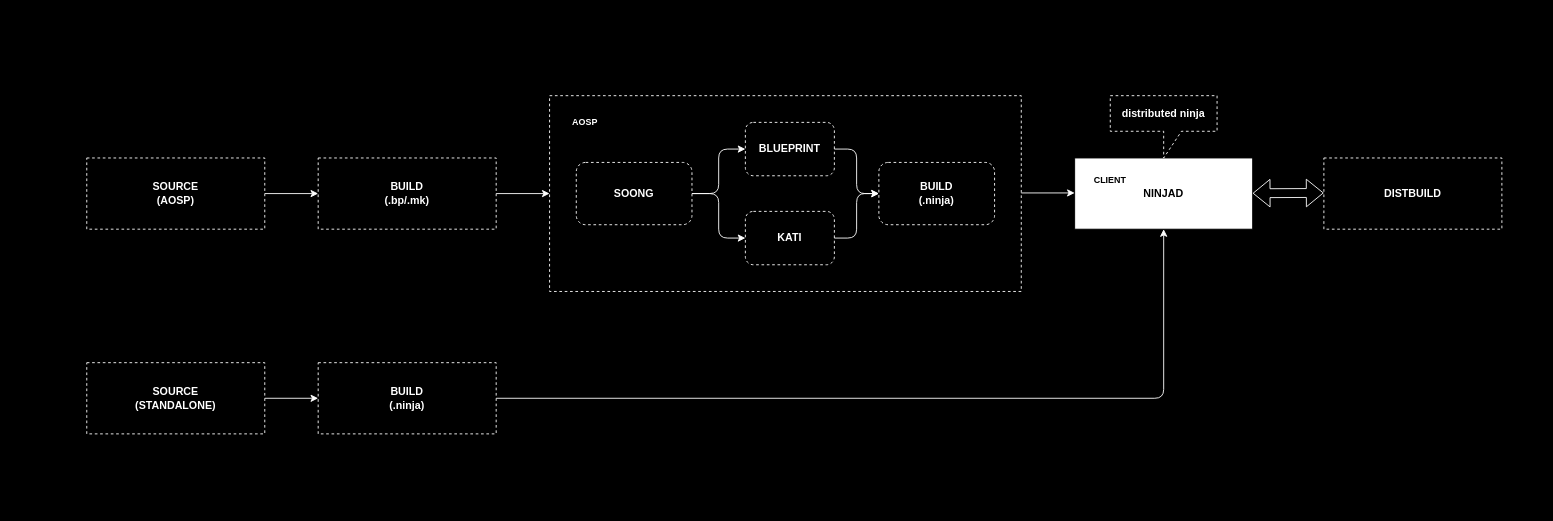
Before: static/guides/architecture/client.drawio in distbuild/distbuild.github.io, a draw.io diagram. Source tidied: cells renumbered, new cells numbered last; positions are measured from the earlier drawing's top-left corner, leaving out a move shared by most shapes. Both pictures are drawn from the tidied source at 89%, with x=0, y=0 at pixel (51, 60).
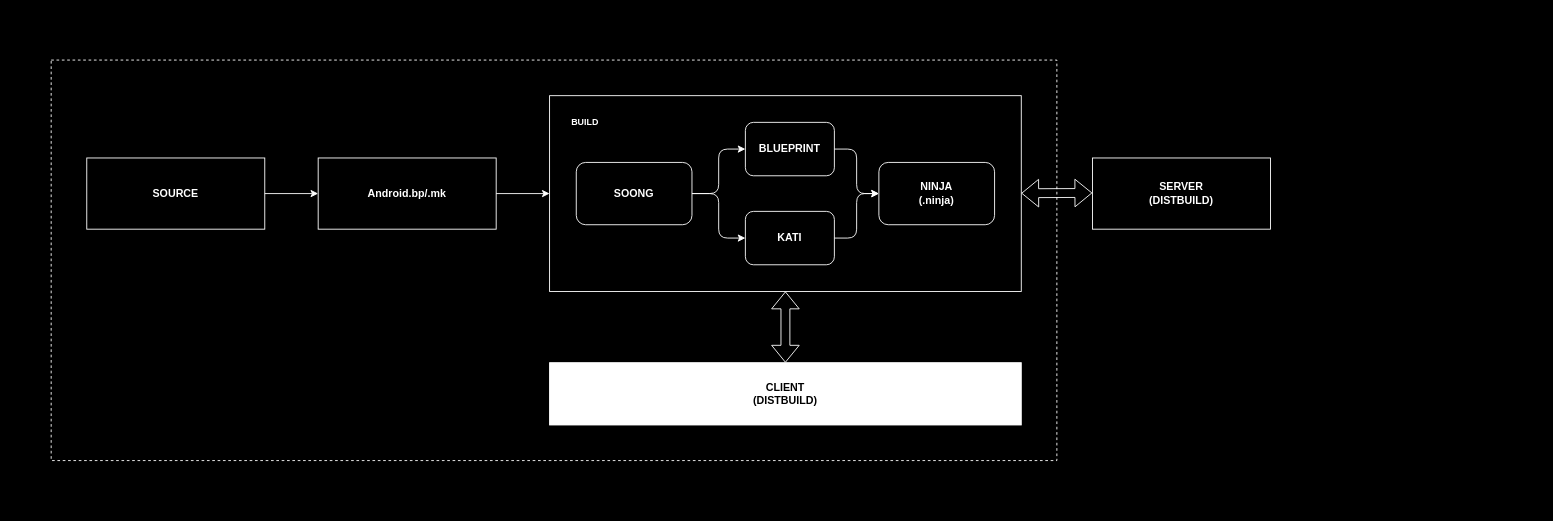
Above is the later version.

What changed in the source:
```diff
@@
     <mxCell id="2" style="rounded=0;whiteSpace=wrap;html=1;fillColor=#000000;" parent="1" vertex="1">
-      <mxGeometry width="1670" height="460" as="geometry" />
+      <mxGeometry x="-40" y="-50" width="1450" height="550" as="geometry" />
     </mxCell>
+    <mxCell id="28" style="rounded=0;whiteSpace=wrap;html=1;strokeColor=#FFFFFF;fillColor=#000000;dashed=1;" parent="1" vertex="1">
+      <mxGeometry width="1130" height="450" as="geometry" />
+    </mxCell>
@@
-    <mxCell id="4" value="&lt;b&gt;SOURCE&lt;br&gt;(AOSP)&lt;/b&gt;" style="rounded=0;whiteSpace=wrap;html=1;fillColor=#000000;strokeColor=#FFFFFF;fontColor=#FFFFFF;dashed=1;" parent="1" vertex="1">
+    <mxCell id="4" value="&lt;b&gt;SOURCE&lt;br&gt;&lt;/b&gt;" style="rounded=0;whiteSpace=wrap;html=1;fillColor=#000000;strokeColor=#FFFFFF;fontColor=#FFFFFF;" parent="1" vertex="1">
       <mxGeometry x="40" y="110" width="200" height="80" as="geometry" />
     </mxCell>
-    <mxCell id="5" value="&lt;b&gt;SOURCE&lt;br&gt;(STANDALONE)&lt;/b&gt;" style="rounded=0;whiteSpace=wrap;html=1;fontColor=#FFFFFF;fillColor=#000000;strokeColor=#FFFFFF;dashed=1;" parent="1" vertex="1">
-      <mxGeometry x="40" y="340" width="200" height="80" as="geometry" />
-    </mxCell>
-    <mxCell id="6" style="rounded=0;whiteSpace=wrap;html=1;strokeColor=#FFFFFF;fillColor=#000000;dashed=1;" parent="1" vertex="1">
+    <mxCell id="6" style="rounded=0;whiteSpace=wrap;html=1;strokeColor=#FFFFFF;fillColor=#000000;" parent="1" vertex="1">
       <mxGeometry x="560" y="40" width="530" height="220" as="geometry" />
     </mxCell>
-    <mxCell id="7" value="&lt;b&gt;SOONG&lt;/b&gt;" style="rounded=1;whiteSpace=wrap;html=1;fontColor=#FFFFFF;strokeColor=#FFFFFF;fillColor=#000000;dashed=1;" parent="1" vertex="1">
+    <mxCell id="7" value="&lt;b&gt;SOONG&lt;/b&gt;" style="rounded=1;whiteSpace=wrap;html=1;fontColor=#FFFFFF;strokeColor=#FFFFFF;fillColor=#000000;" parent="1" vertex="1">
       <mxGeometry x="590" y="115" width="130" height="70" as="geometry" />
     </mxCell>
-    <mxCell id="8" value="&lt;b&gt;BLUEPRINT&lt;/b&gt;" style="rounded=1;whiteSpace=wrap;html=1;fillColor=#000000;strokeColor=#FFFFFF;fontColor=#FFFFFF;dashed=1;" parent="1" vertex="1">
+    <mxCell id="8" value="&lt;b&gt;BLUEPRINT&lt;/b&gt;" style="rounded=1;whiteSpace=wrap;html=1;fillColor=#000000;strokeColor=#FFFFFF;fontColor=#FFFFFF;" parent="1" vertex="1">
       <mxGeometry x="780" y="70" width="100" height="60" as="geometry" />
     </mxCell>
-    <mxCell id="9" value="&lt;b&gt;BUILD&lt;br&gt;(.bp/.mk)&lt;/b&gt;" style="rounded=0;whiteSpace=wrap;html=1;fillColor=#000000;strokeColor=#FFFFFF;fontColor=#FFFFFF;dashed=1;" parent="1" vertex="1">
+    <mxCell id="9" value="&lt;b&gt;Android.bp/.mk&lt;/b&gt;" style="rounded=0;whiteSpace=wrap;html=1;fillColor=#000000;strokeColor=#FFFFFF;fontColor=#FFFFFF;" parent="1" vertex="1">
       <mxGeometry x="300" y="110" width="200" height="80" as="geometry" />
     </mxCell>
-    <mxCell id="10" value="&lt;b&gt;BUILD&lt;br&gt;(.ninja)&lt;/b&gt;" style="rounded=0;whiteSpace=wrap;html=1;fillColor=#000000;strokeColor=#FFFFFF;fontColor=#FFFFFF;dashed=1;" parent="1" vertex="1">
-      <mxGeometry x="300" y="340" width="200" height="80" as="geometry" />
-    </mxCell>
-    <mxCell id="11" style="endArrow=classic;html=1;exitX=1;exitY=0.5;exitDx=0;exitDy=0;entryX=0;entryY=0.5;entryDx=0;entryDy=0;strokeColor=#FFFFFF;" parent="1" edge="1" source="5" target="10">
-      <mxGeometry relative="1" as="geometry" />
-    </mxCell>
@@
-    <mxCell id="14" value="&lt;b&gt;KATI&lt;/b&gt;" style="rounded=1;whiteSpace=wrap;html=1;fontColor=#FFFFFF;fillColor=#000000;strokeColor=#FFFFFF;dashed=1;" parent="1" vertex="1">
+    <mxCell id="14" value="&lt;b&gt;KATI&lt;/b&gt;" style="rounded=1;whiteSpace=wrap;html=1;fontColor=#FFFFFF;fillColor=#000000;strokeColor=#FFFFFF;" parent="1" vertex="1">
       <mxGeometry x="780" y="170" width="100" height="60" as="geometry" />
     </mxCell>
@@
-    <mxCell id="17" style="endArrow=classic;html=1;exitX=1;exitY=0.5;exitDx=0;exitDy=0;entryX=0;entryY=0.5;entryDx=0;entryDy=0;strokeColor=#FFFFFF;" parent="1" edge="1">
-      <mxGeometry relative="1" as="geometry">
-        <mxPoint x="1090" y="149.3" as="sourcePoint" />
-        <mxPoint x="1150" y="149.3" as="targetPoint" />
-      </mxGeometry>
-    </mxCell>
-    <mxCell id="18" style="edgeStyle=segmentEdgeStyle;endArrow=classic;html=1;exitX=1;exitY=0.5;exitDx=0;exitDy=0;entryX=0.5;entryY=1;entryDx=0;entryDy=0;strokeColor=#FFFFFF;" parent="1" edge="1" source="10" target="20">
-      <mxGeometry relative="1" as="geometry" />
-    </mxCell>
-    <mxCell id="19" value="&lt;b style=&quot;font-size: 10px;&quot;&gt;AOSP&lt;/b&gt;" style="text;html=1;strokeColor=none;fillColor=none;align=center;verticalAlign=middle;whiteSpace=wrap;rounded=0;fontColor=#FFFFFF;fontSize=10;" parent="1" vertex="1">
+    <mxCell id="19" value="&lt;b style=&quot;font-size: 10px&quot;&gt;BUILD&lt;/b&gt;" style="text;html=1;strokeColor=none;fillColor=none;align=center;verticalAlign=middle;whiteSpace=wrap;rounded=0;fontColor=#FFFFFF;fontSize=10;" parent="1" vertex="1">
       <mxGeometry x="570" y="55" width="60" height="30" as="geometry" />
     </mxCell>
-    <mxCell id="20" value="&lt;b&gt;NINJAD&lt;/b&gt;" style="rounded=0;whiteSpace=wrap;html=1;fontColor=#000000;fillColor=#FFFFFF;strokeColor=#000000;" parent="1" vertex="1">
-      <mxGeometry x="1150" y="110" width="200" height="80" as="geometry" />
-    </mxCell>
-    <mxCell id="21" value="&lt;b&gt;DISTBUILD&lt;/b&gt;" style="rounded=0;whiteSpace=wrap;html=1;dashed=1;strokeColor=#FFFFFF;fillColor=#000000;fontColor=#FFFFFF;" parent="1" vertex="1">
-      <mxGeometry x="1430" y="110" width="200" height="80" as="geometry" />
+    <mxCell id="21" value="&lt;b&gt;SERVER&lt;br&gt;(DISTBUILD)&lt;/b&gt;" style="rounded=0;whiteSpace=wrap;html=1;strokeColor=#FFFFFF;fillColor=#000000;fontColor=#FFFFFF;" parent="1" vertex="1">
+      <mxGeometry x="1170" y="110" width="200" height="80" as="geometry" />
     </mxCell>
     <mxCell id="22" style="shape=flexArrow;endArrow=classic;startArrow=classic;html=1;exitX=1;exitY=0.5;exitDx=0;exitDy=0;entryX=-0.001;entryY=0.439;entryDx=0;entryDy=0;entryPerimeter=0;strokeColor=#FFFFFF;" parent="1" edge="1">
       <mxGeometry relative="1" as="geometry">
-        <mxPoint x="1350" y="149.6" as="sourcePoint" />
-        <mxPoint x="1429.8" y="149.3" as="targetPoint" />
+        <mxPoint x="1090" y="149.6" as="sourcePoint" />
+        <mxPoint x="1169.8" y="149.3" as="targetPoint" />
       </mxGeometry>
     </mxCell>
-    <mxCell id="23" value="&lt;b&gt;distributed ninja&lt;/b&gt;" style="shape=callout;whiteSpace=wrap;html=1;perimeter=calloutPerimeter;dashed=1;strokeColor=#FFFFFF;fillColor=#000000;fontColor=#FFFFFF;" parent="1" vertex="1">
-      <mxGeometry x="1190" y="40" width="120" height="70" as="geometry" />
-    </mxCell>
@@
-    <mxCell id="25" value="&lt;b&gt;BUILD&lt;br&gt;(.ninja)&lt;/b&gt;" style="rounded=1;whiteSpace=wrap;html=1;fontColor=#FFFFFF;strokeColor=#FFFFFF;fillColor=#000000;dashed=1;" parent="1" vertex="1">
+    <mxCell id="25" value="&lt;b&gt;NINJA&lt;br&gt;(.ninja)&lt;/b&gt;" style="rounded=1;whiteSpace=wrap;html=1;fontColor=#FFFFFF;strokeColor=#FFFFFF;fillColor=#000000;" parent="1" vertex="1">
       <mxGeometry x="930" y="115" width="130" height="70" as="geometry" />
     </mxCell>
@@
+    <mxCell id="29" value="&lt;b&gt;CLIENT&lt;br&gt;(DISTBUILD)&lt;br&gt;&lt;/b&gt;" style="rounded=0;whiteSpace=wrap;html=1;fontColor=#000000;strokeColor=#FFFFFF;fillColor=#FFFFFF;" parent="1" vertex="1">
+      <mxGeometry x="560" y="340" width="530" height="70" as="geometry" />
+    </mxCell>
+    <mxCell id="30" style="shape=flexArrow;endArrow=classic;startArrow=classic;html=1;exitX=0.5;exitY=1;exitDx=0;exitDy=0;entryX=0.5;entryY=0;entryDx=0;entryDy=0;strokeColor=#FFFFFF;" parent="1" edge="1" source="6" target="29">
+      <mxGeometry relative="1" as="geometry" />
+    </mxCell>
```
